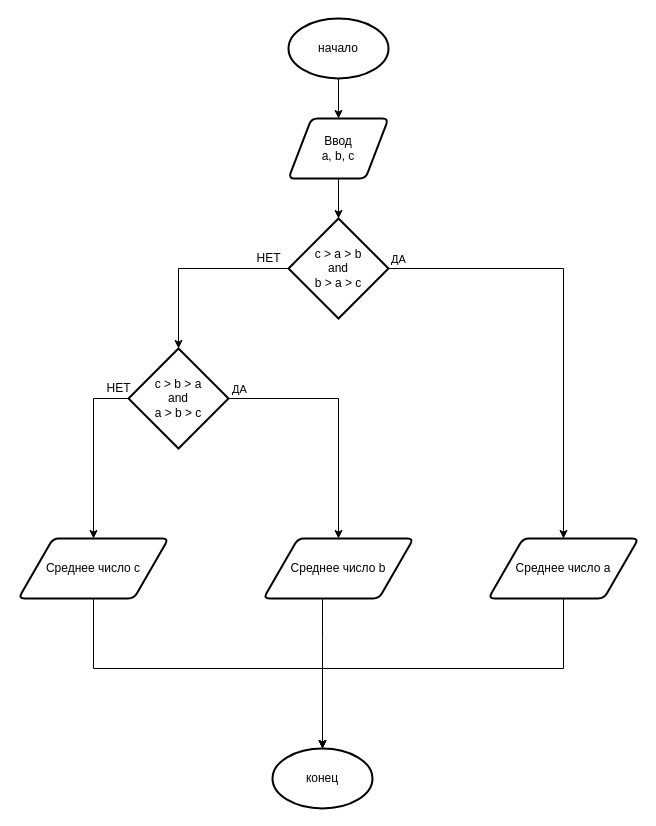
AiDevon/gb_groups_39870 keeps this draw.io diagram as page "les_1_task_8" (6 of 6) of less-1/Диаграмма без названия.drawio. Above is the earlier version. Source tidied: cells renumbered, new cells numbered last; positions are measured from the earlier drawing's top-left corner, leaving out a move shared by most shapes. Both pictures are drawn from the tidied source at 100%, with x=0, y=0 at pixel (18, 18).
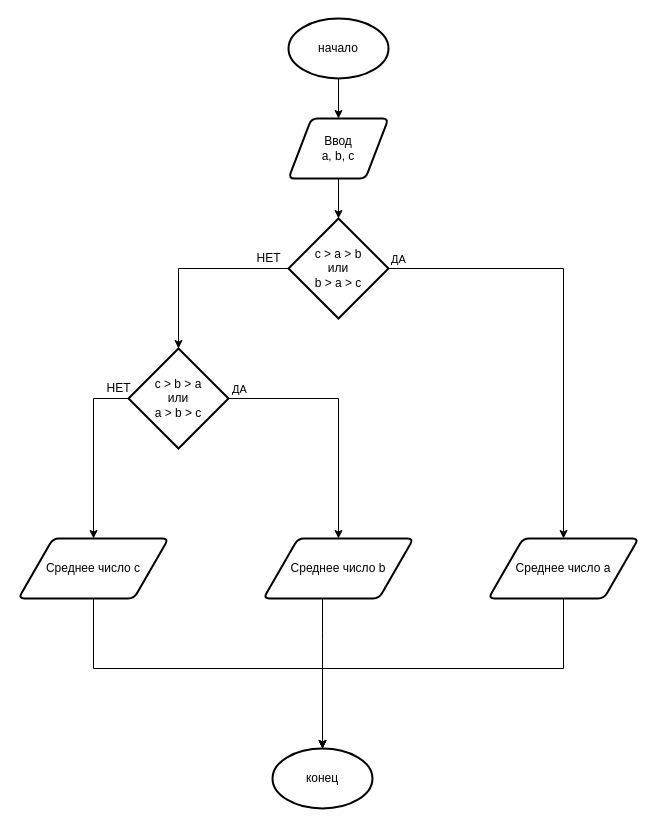
After the change.

The edit, as a diff of the source:
```diff
@@
-    <mxCell id="10" value="c &amp;gt; a &amp;gt; b&lt;br&gt;and&lt;br&gt;b &amp;gt; a &amp;gt; c" style="strokeWidth=2;html=1;shape=mxgraph.flowchart.decision;whiteSpace=wrap;" parent="1" vertex="1">
+    <mxCell id="10" value="c &amp;gt; a &amp;gt; b&lt;br&gt;или&lt;br&gt;b &amp;gt; a &amp;gt; c" style="strokeWidth=2;html=1;shape=mxgraph.flowchart.decision;whiteSpace=wrap;" parent="1" vertex="1">
       <mxGeometry x="270" y="200" width="100" height="100" as="geometry" />
     </mxCell>
@@
-    <mxCell id="13" value="c &amp;gt; b &amp;gt; a&lt;br&gt;and&lt;br&gt;a &amp;gt; b &amp;gt; c" style="strokeWidth=2;html=1;shape=mxgraph.flowchart.decision;whiteSpace=wrap;" parent="1" vertex="1">
+    <mxCell id="13" value="c &amp;gt; b &amp;gt; a&lt;br&gt;или&lt;br&gt;a &amp;gt; b &amp;gt; c" style="strokeWidth=2;html=1;shape=mxgraph.flowchart.decision;whiteSpace=wrap;" parent="1" vertex="1">
       <mxGeometry x="110" y="330" width="100" height="100" as="geometry" />
     </mxCell>
```
